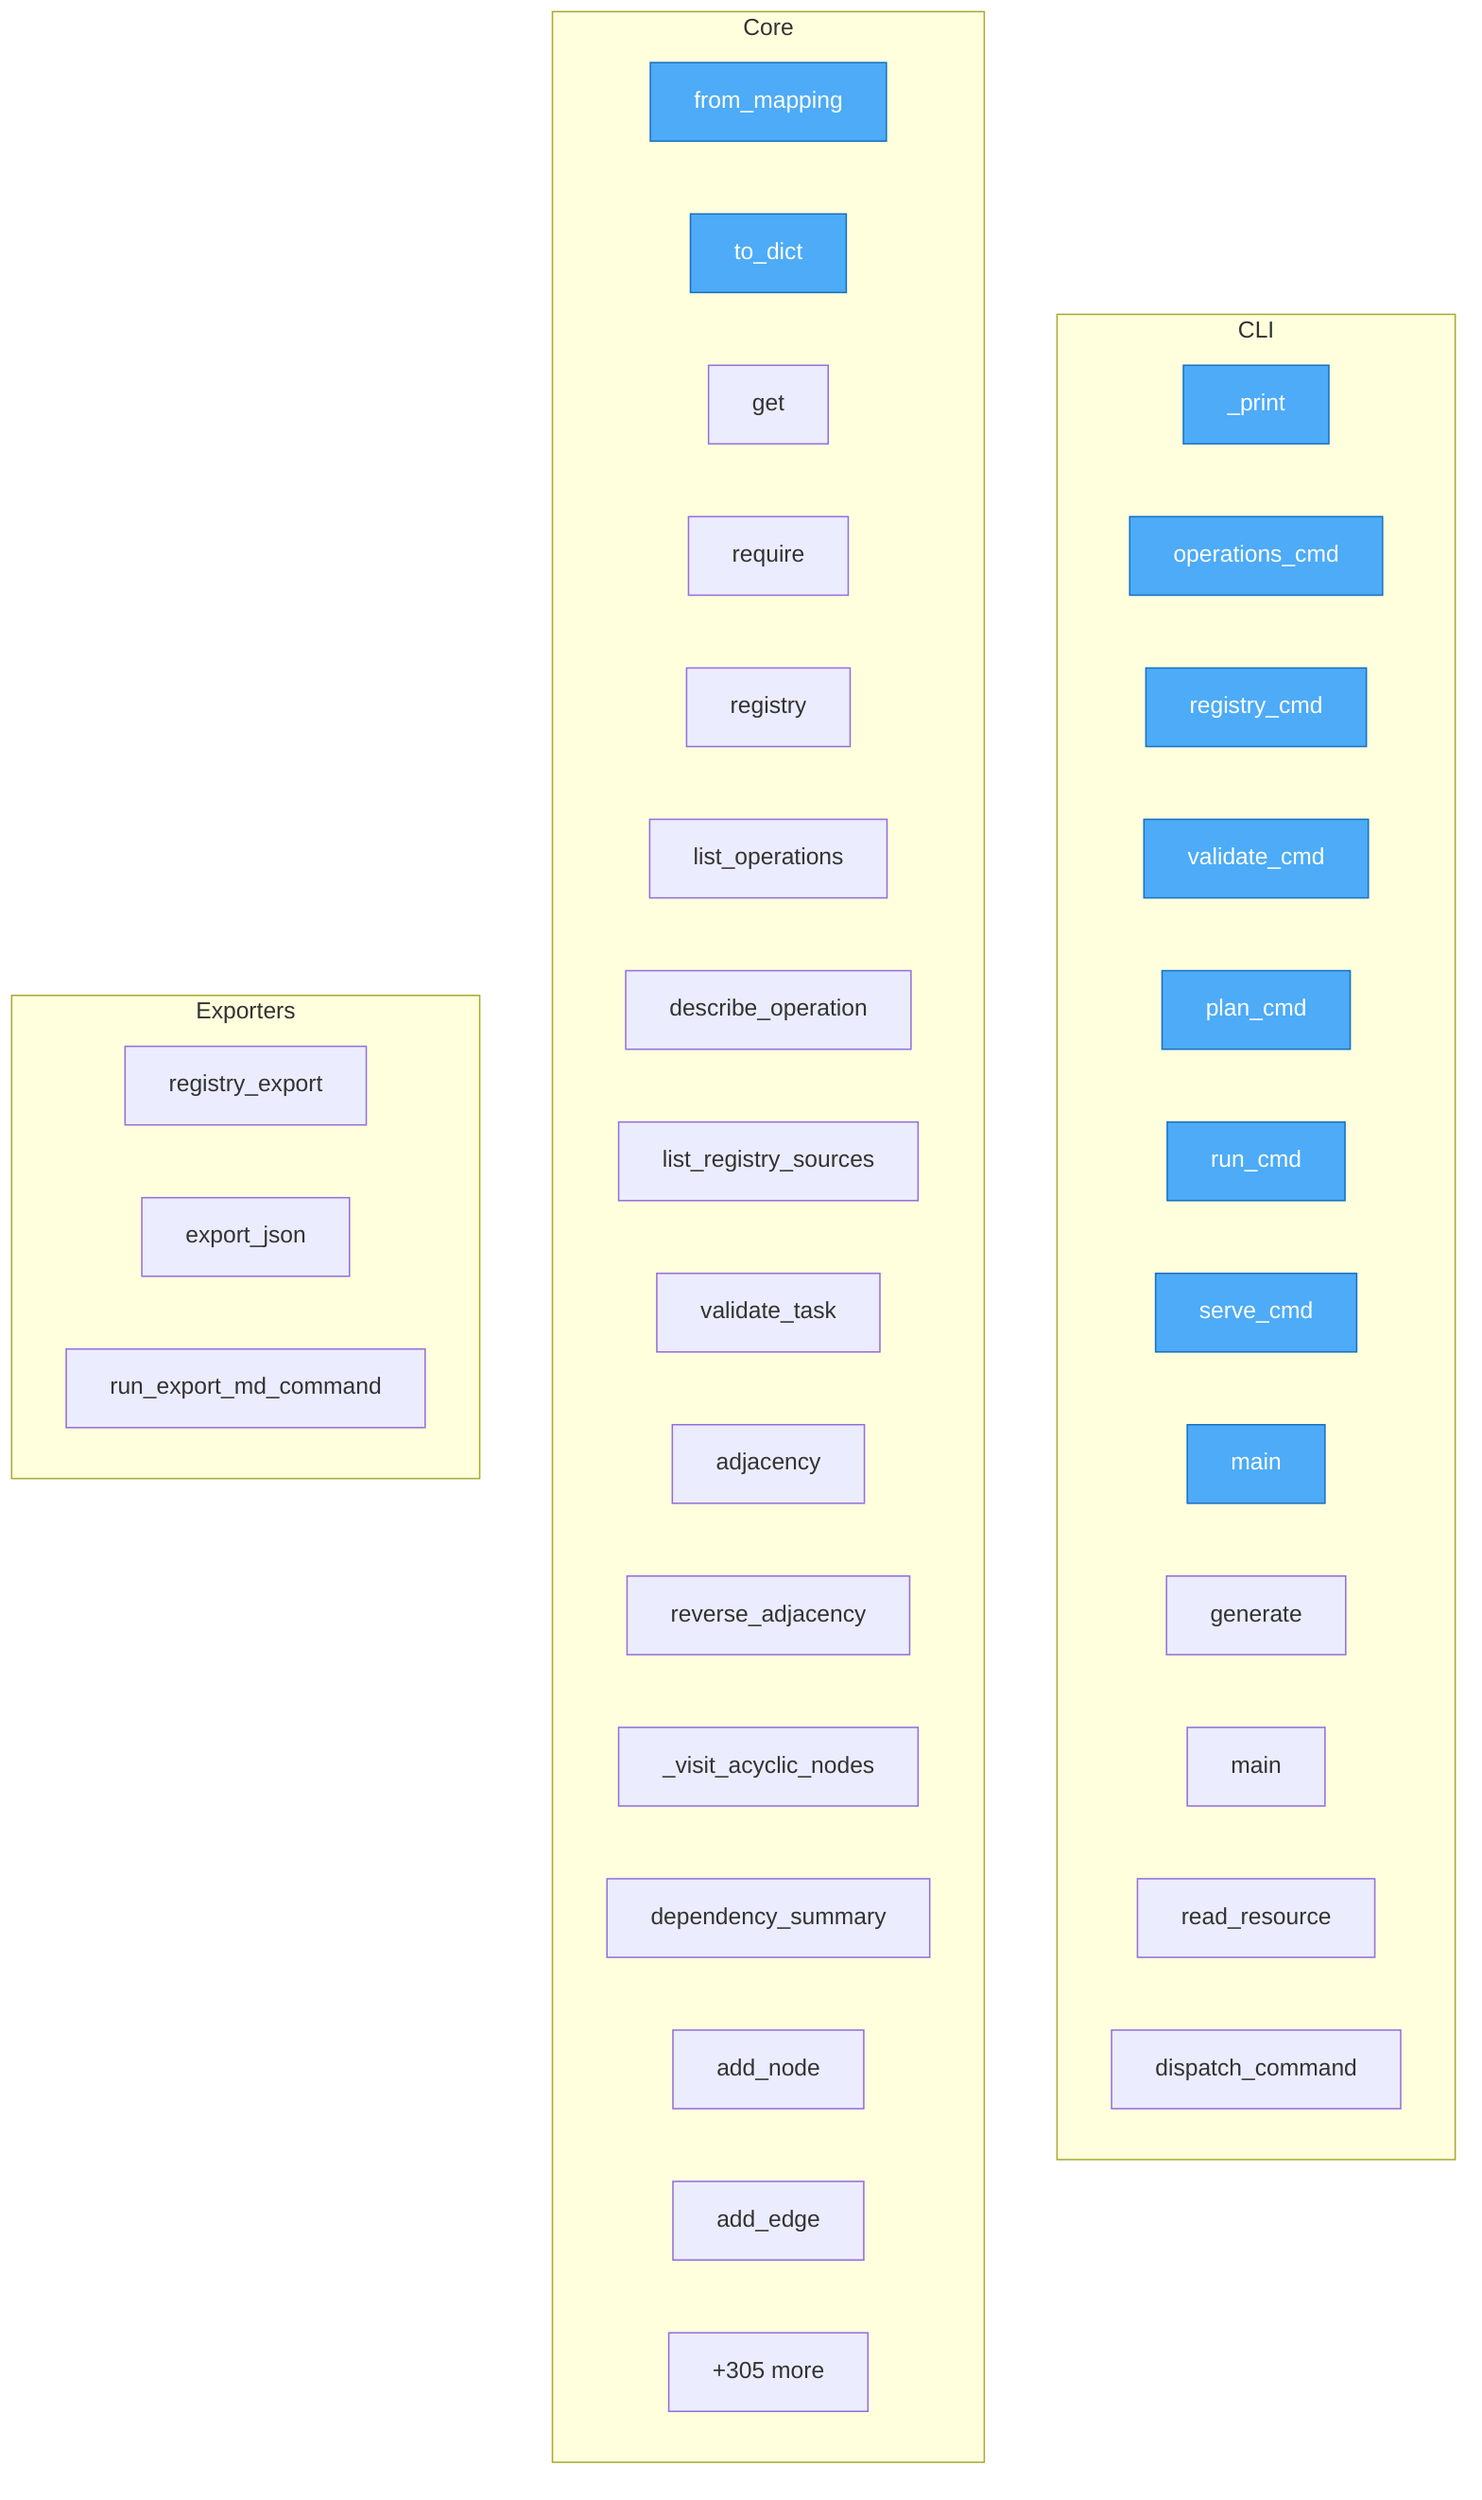
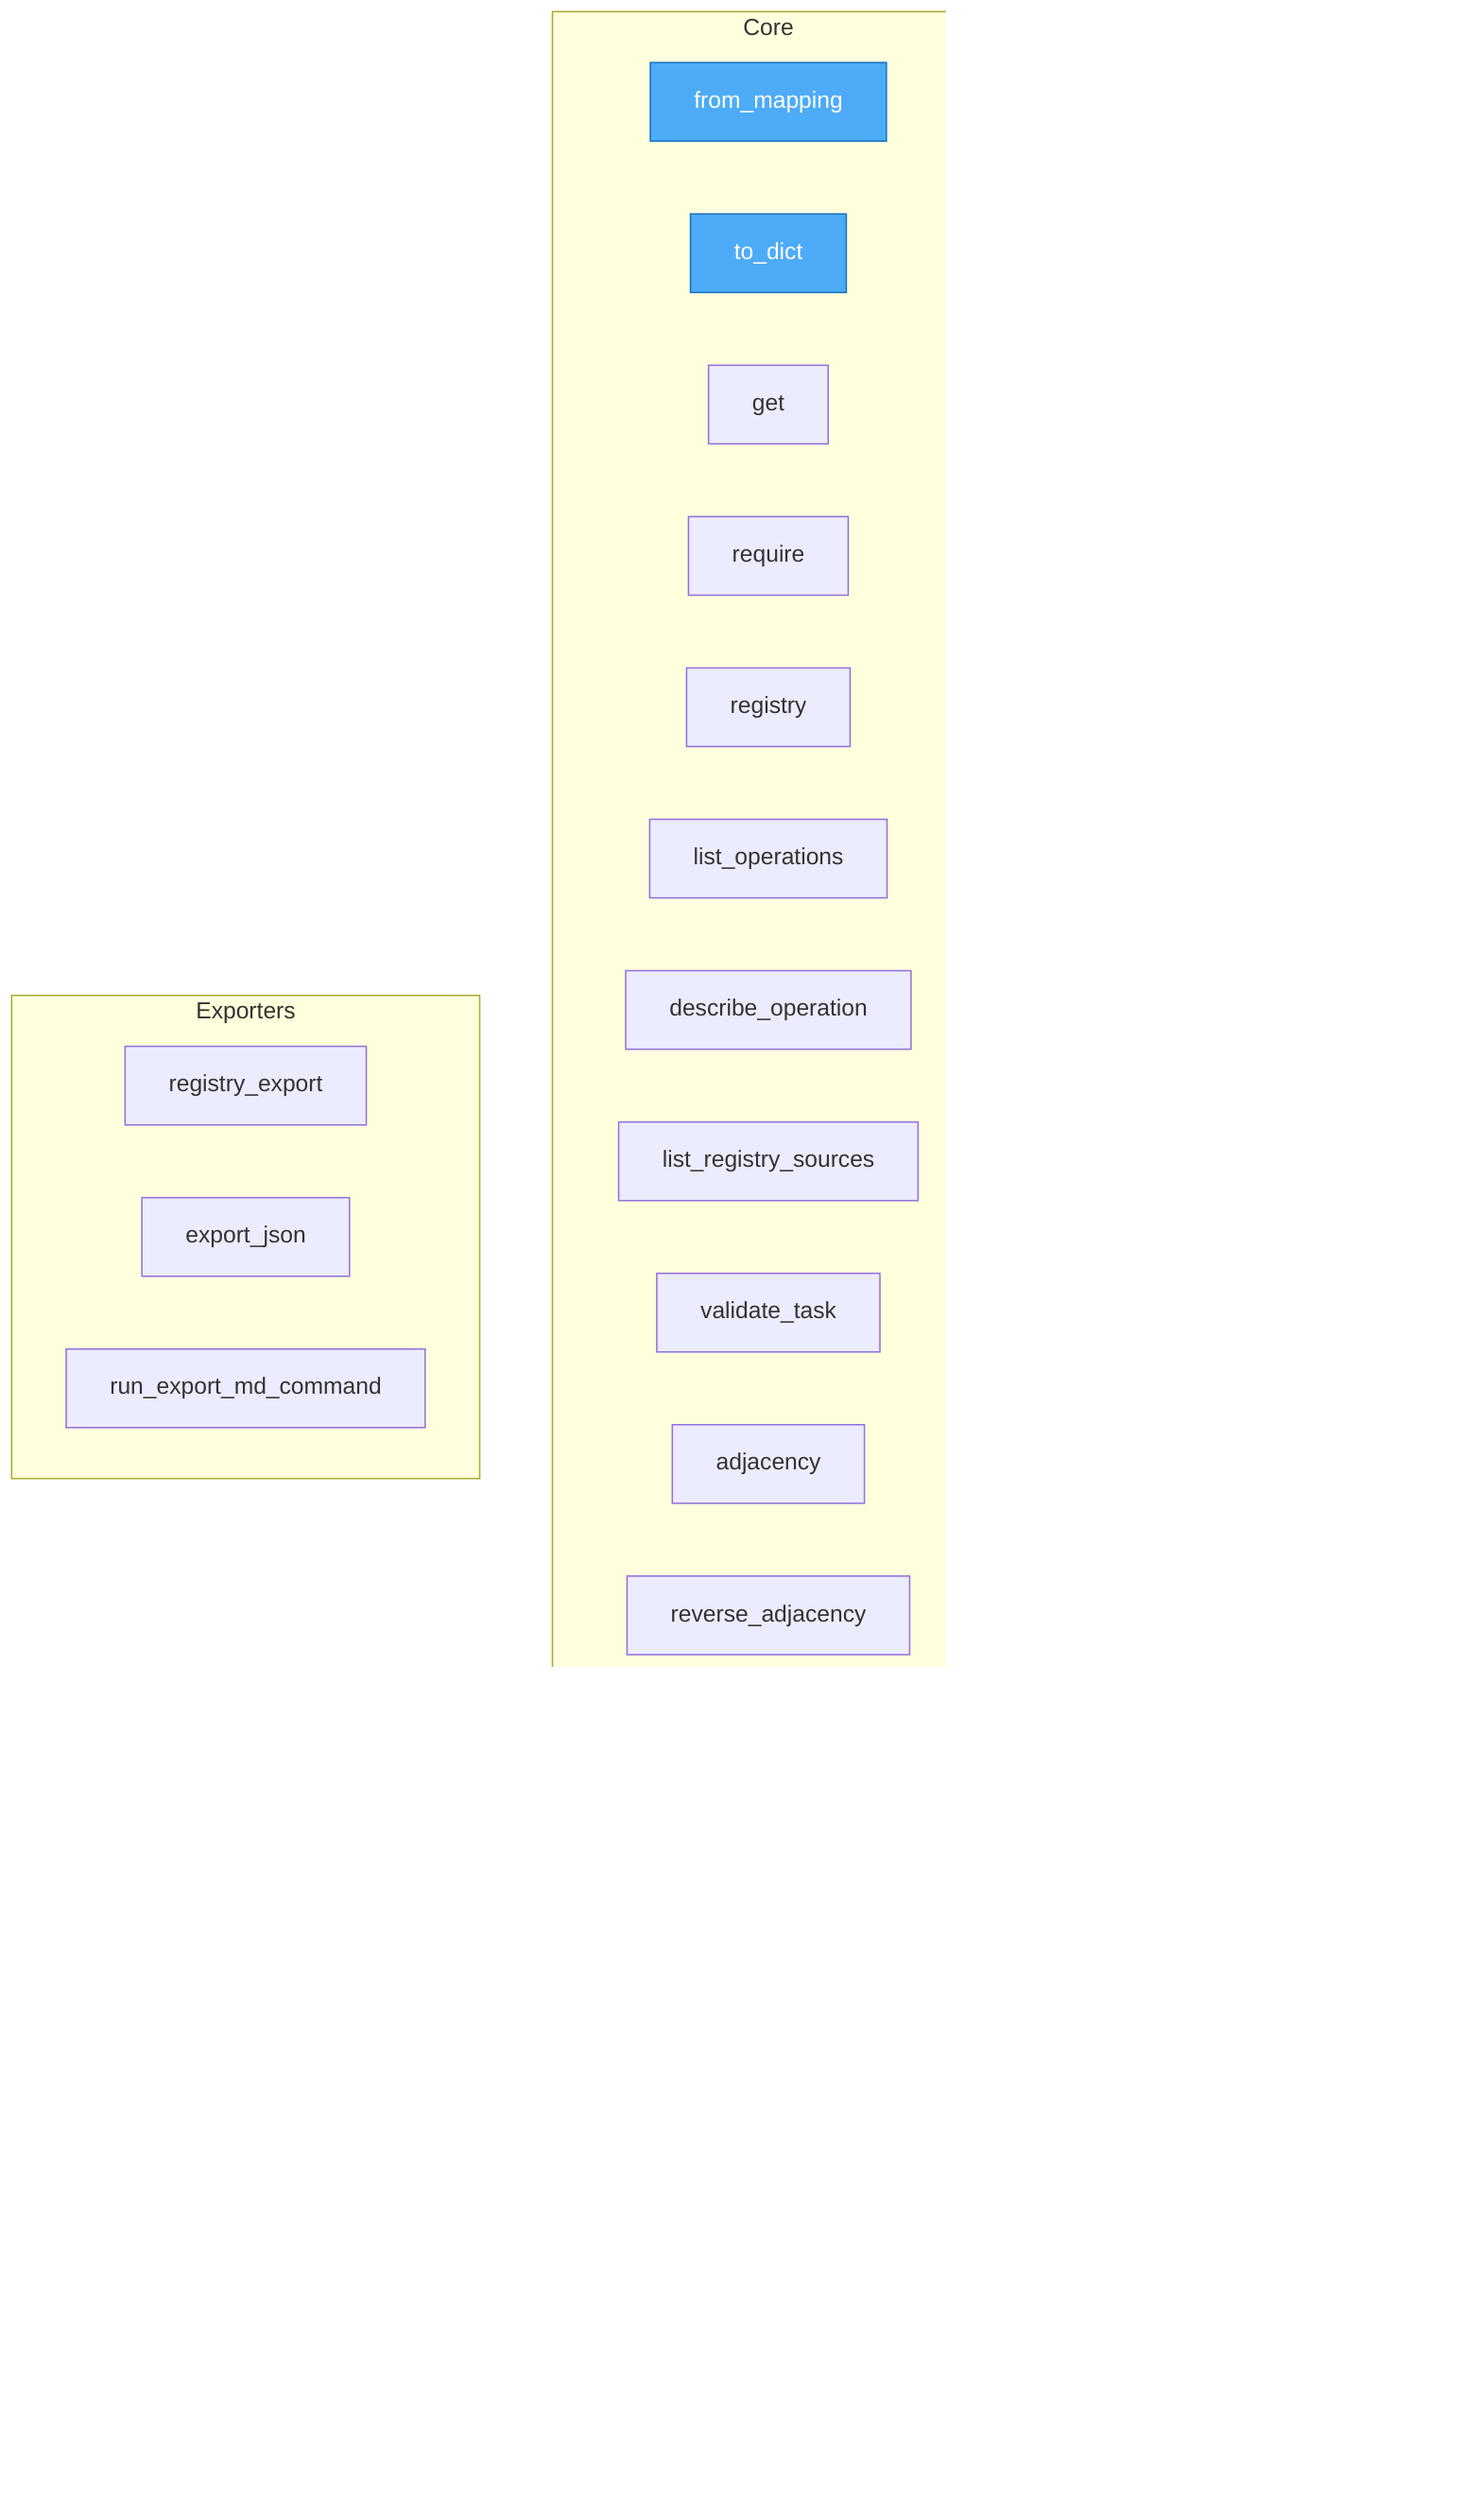
flowchart TD
%% generated in 0.03s

    %% Entry points (blue)
    classDef entry fill:#4dabf7,stroke:#1971c2,color:#fff

    subgraph CLI
        uri2ops__cli___print["_print"]
        uri2ops__cli__operations_cmd["operations_cmd"]
        uri2ops__cli__registry_cmd["registry_cmd"]
        uri2ops__cli__validate_cmd["validate_cmd"]
        uri2ops__cli__plan_cmd["plan_cmd"]
        uri2ops__cli__run_cmd["run_cmd"]
        uri2ops__cli__serve_cmd["serve_cmd"]
        uri2ops__cli__main["main"]
        nl2a__cli__generate["generate"]
        nl2a__cli__main["main"]
        runtime_client__client__ResourceRuntimeClient__read_resource["read_resource"]
        runtime_client__client__ResourceRuntimeClient__dispatch_command["dispatch_command"]
    end

    subgraph Core
        uri2ops__operation_registry__models__OperationSpec__from_mapping["from_mapping"]
        uri2ops__operation_registry__models__OperationSpec__to_dict["to_dict"]
        uri2ops__operation_registry__models__OperationRegistry__get["get"]
        uri2ops__operation_registry__models__OperationRegistry__require["require"]
        uri2ops__server__service__OperatorService__registry["registry"]
        uri2ops__server__service__OperatorService__list_operations["list_operations"]
        uri2ops__server__service__OperatorService__describe_operation["describe_operation"]
        uri2ops__server__service__OperatorService__list_registry_sources["list_registry_sources"]
        uri2ops__server__service__OperatorService__validate_task["validate_task"]
        packages__uri3__uri3__graph__dependency_graph__adjacency["adjacency"]
        packages__uri3__uri3__graph__dependency_graph__reverse_adjacency["reverse_adjacency"]
        packages__uri3__uri3__graph__dependency_graph___visit_acyclic_nodes["_visit_acyclic_nodes"]
        packages__uri3__uri3__graph__dependency_graph__dependency_summary["dependency_summary"]
        uri3__graph__uri_graph__UriGraph__add_node["add_node"]
        uri3__graph__uri_graph__UriGraph__add_edge["add_edge"]
-         ...["+305 more"]
+         ...["+309 more"]
    end

    subgraph Exporters
        uri2ops__server__service__OperatorService__registry_export["registry_export"]
        hypervisor__contract_registry__registry_exporter__export_json["export_json"]
        packages__resource_agent_hypervisor__hypervisor__contract_registry__cli_commands__run_export_md_command["run_export_md_command"]
    end

    class uri2ops__cli___print,uri2ops__cli__operations_cmd,uri2ops__cli__registry_cmd,uri2ops__cli__validate_cmd,uri2ops__cli__plan_cmd,uri2ops__cli__run_cmd,uri2ops__cli__serve_cmd,uri2ops__cli__main,uri2ops__operation_registry__models__OperationSpec__from_mapping,uri2ops__operation_registry__models__OperationSpec__to_dict entry
